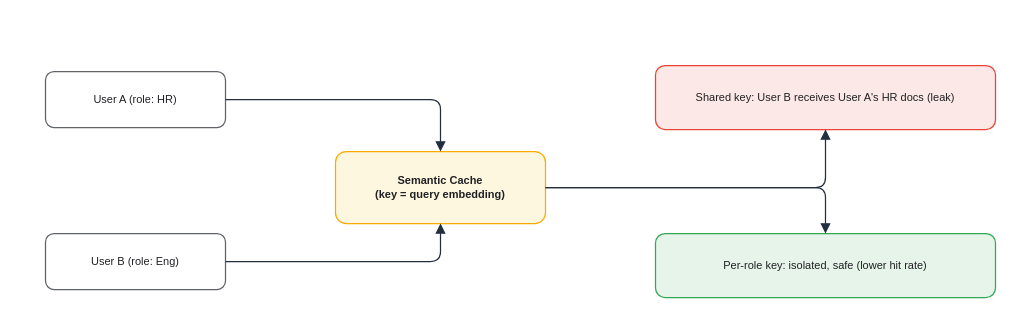
Above: assets/img/ai/rag-05-cache-conflict.drawio in KKamJi98/kkamji98.github.io (draw.io), before the change. Source tidied: cells renumbered, new cells numbered last; positions are measured from the earlier drawing's top-left corner, leaving out a move shared by most shapes. Both pictures are drawn from the tidied source at 100%, with x=0, y=0 at pixel (45, 65).
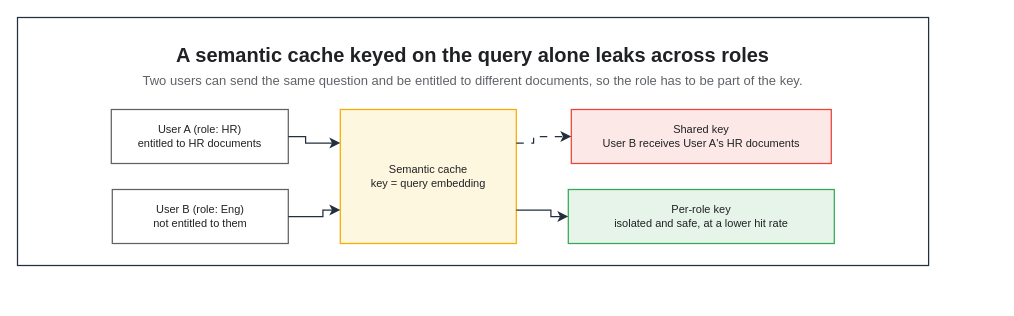
The same page after the edit.

Change to the diagram source:
```diff
@@
+    <mxCell id="11" style="rounded=0;html=0;fillColor=none;strokeColor=#232F3E;fontColor=#202124;strokeWidth=1.25;" parent="1" vertex="1">
+      <mxGeometry x="-28" y="-48" width="911.1" height="248" as="geometry" />
+    </mxCell>
+    <mxCell id="12" value="A semantic cache keyed on the query alone leaks across roles" style="text;html=0;whiteSpace=wrap;fillColor=none;strokeColor=none;fontColor=#202124;fontSize=20;fontStyle=1;align=center;verticalAlign=middle;" parent="1" vertex="1">
+      <mxGeometry x="-6" y="-26" width="867.1" height="30" as="geometry" />
+    </mxCell>
+    <mxCell id="13" value="Two users can send the same question and be entitled to different documents, so the role has to be part of the key." style="text;html=0;whiteSpace=wrap;fillColor=none;strokeColor=none;fontColor=#5F6368;fontSize=13;fontStyle=0;align=center;verticalAlign=middle;" parent="1" vertex="1">
+      <mxGeometry x="-6" y="4" width="867.1" height="22" as="geometry" />
+    </mxCell>
-    <mxCell id="2" value="User A (role: HR)" style="rounded=1;whiteSpace=wrap;html=0;fillColor=#FFFFFF;strokeColor=#5F6368;shadow=0;fontSize=11;fontColor=#202124;strokeWidth=1.25;" parent="1" vertex="1">
-      <mxGeometry y="6" width="180" height="56" as="geometry" />
+    <mxCell id="2" value="User A (role: HR)&#10;entitled to HR documents" style="rounded=0;whiteSpace=wrap;html=0;fillColor=#FFFFFF;strokeColor=#5F6368;fontColor=#202124;fontSize=11;fontStyle=0;align=center;verticalAlign=middle;spacingLeft=6;spacingRight=6;strokeWidth=1.25;" parent="1" vertex="1">
+      <mxGeometry x="65.8" y="44" width="177" height="54" as="geometry" />
     </mxCell>
-    <mxCell id="3" value="User B (role: Eng)" style="rounded=1;whiteSpace=wrap;html=0;fillColor=#FFFFFF;strokeColor=#5F6368;shadow=0;fontSize=11;fontColor=#202124;strokeWidth=1.25;" parent="1" vertex="1">
-      <mxGeometry y="168" width="180" height="56" as="geometry" />
+    <mxCell id="3" value="User B (role: Eng)&#10;not entitled to them" style="rounded=0;whiteSpace=wrap;html=0;fillColor=#FFFFFF;strokeColor=#5F6368;fontColor=#202124;fontSize=11;fontStyle=0;align=center;verticalAlign=middle;spacingLeft=6;spacingRight=6;strokeWidth=1.25;" parent="1" vertex="1">
+      <mxGeometry x="66.8" y="124" width="176" height="54" as="geometry" />
     </mxCell>
-    <mxCell id="4" value="Semantic Cache&#10;(key = query embedding)" style="rounded=1;whiteSpace=wrap;html=0;fillColor=#FEF7E0;strokeColor=#F9AB00;shadow=0;fontSize=11;fontColor=#202124;fontStyle=1;strokeWidth=1.25;" parent="1" vertex="1">
-      <mxGeometry x="290" y="86" width="210" height="72" as="geometry" />
+    <mxCell id="4" value="Semantic cache&#10;key = query embedding" style="rounded=0;whiteSpace=wrap;html=0;fillColor=#FEF7E0;strokeColor=#F9AB00;fontColor=#202124;fontSize=11;fontStyle=0;align=center;verticalAlign=middle;spacingLeft=6;spacingRight=6;strokeWidth=1.25;" parent="1" vertex="1">
+      <mxGeometry x="294.8" y="44" width="176" height="134" as="geometry" />
     </mxCell>
-    <mxCell id="5" value="Shared key: User B receives User A's HR docs (leak)" style="rounded=1;whiteSpace=wrap;html=0;fillColor=#FCE8E6;strokeColor=#EA4335;shadow=0;fontSize=11;fontColor=#202124;strokeWidth=1.25;" parent="1" vertex="1">
-      <mxGeometry x="610" width="340" height="64" as="geometry" />
+    <mxCell id="5" value="Shared key&#10;User B receives User A's HR documents" style="rounded=0;whiteSpace=wrap;html=0;fillColor=#FCE8E6;strokeColor=#EA4335;fontColor=#202124;fontSize=11;fontStyle=0;align=center;verticalAlign=middle;spacingLeft=6;spacingRight=6;strokeWidth=1.25;" parent="1" vertex="1">
+      <mxGeometry x="525.8" y="44" width="260" height="54" as="geometry" />
     </mxCell>
-    <mxCell id="6" value="Per-role key: isolated, safe (lower hit rate)" style="rounded=1;whiteSpace=wrap;html=0;fillColor=#E6F4EA;strokeColor=#34A853;shadow=0;fontSize=11;fontColor=#202124;strokeWidth=1.25;" parent="1" vertex="1">
-      <mxGeometry x="610" y="168" width="340" height="64" as="geometry" />
+    <mxCell id="6" value="Per-role key&#10;isolated and safe, at a lower hit rate" style="rounded=0;whiteSpace=wrap;html=0;fillColor=#E6F4EA;strokeColor=#34A853;fontColor=#202124;fontSize=11;fontStyle=0;align=center;verticalAlign=middle;spacingLeft=6;spacingRight=6;strokeWidth=1.25;" parent="1" vertex="1">
+      <mxGeometry x="522.8" y="124" width="266" height="54" as="geometry" />
     </mxCell>
-    <mxCell id="7" style="edgeStyle=orthogonalEdgeStyle;rounded=1;html=0;endArrow=block;strokeColor=#232F3E;fontColor=#202124;fontSize=11;labelBackgroundColor=none;strokeWidth=1.25;endSize=7;" parent="1" edge="1" source="2" target="4">
-      <mxGeometry relative="1" as="geometry" />
+    <mxCell id="7" style="edgeStyle=orthogonalEdgeStyle;rounded=0;html=0;strokeColor=#232F3E;strokeWidth=1.25;endArrow=classic;endFill=1;endSize=7;fontSize=11;fontColor=#202124;labelBackgroundColor=none;jettySize=14;exitX=1;exitY=0.5;entryX=0;entryY=0.25;exitDx=0;exitDy=0;entryDx=0;entryDy=0;" parent="1" edge="1" source="2" target="4">
+      <mxGeometry relative="1" as="geometry">
+        <Array as="points">
+          <mxPoint x="260.1" y="71" />
+          <mxPoint x="260.1" y="77.5" />
+        </Array>
+      </mxGeometry>
     </mxCell>
-    <mxCell id="8" style="edgeStyle=orthogonalEdgeStyle;rounded=1;html=0;endArrow=block;strokeColor=#232F3E;fontColor=#202124;fontSize=11;labelBackgroundColor=none;strokeWidth=1.25;endSize=7;" parent="1" edge="1" source="3" target="4">
-      <mxGeometry relative="1" as="geometry" />
+    <mxCell id="8" style="edgeStyle=orthogonalEdgeStyle;rounded=0;html=0;strokeColor=#232F3E;strokeWidth=1.25;endArrow=classic;endFill=1;endSize=7;fontSize=11;fontColor=#202124;labelBackgroundColor=none;jettySize=14;exitX=1;exitY=0.5;entryX=0;entryY=0.75;exitDx=0;exitDy=0;entryDx=0;entryDy=0;" parent="1" edge="1" source="3" target="4">
+      <mxGeometry relative="1" as="geometry">
+        <Array as="points">
+          <mxPoint x="277.4" y="151" />
+          <mxPoint x="277.4" y="144.5" />
+        </Array>
+      </mxGeometry>
     </mxCell>
-    <mxCell id="9" style="edgeStyle=orthogonalEdgeStyle;rounded=1;html=0;endArrow=block;strokeColor=#232F3E;fontColor=#202124;strokeWidth=1.25;endSize=7;" parent="1" edge="1" source="4" target="5">
-      <mxGeometry relative="1" as="geometry" />
+    <mxCell id="9" style="edgeStyle=orthogonalEdgeStyle;rounded=0;html=0;strokeColor=#232F3E;strokeWidth=1.25;endArrow=classic;endFill=1;endSize=7;fontSize=11;fontColor=#202124;labelBackgroundColor=none;jettySize=14;dashed=1;dashPattern=6 6;exitX=1;exitY=0.25;entryX=0;entryY=0.5;exitDx=0;exitDy=0;entryDx=0;entryDy=0;" parent="1" edge="1" source="4" target="5">
+      <mxGeometry relative="1" as="geometry">
+        <Array as="points">
+          <mxPoint x="488.1" y="77.5" />
+          <mxPoint x="488.1" y="71" />
+        </Array>
+      </mxGeometry>
     </mxCell>
-    <mxCell id="10" style="edgeStyle=orthogonalEdgeStyle;rounded=1;html=0;endArrow=block;strokeColor=#232F3E;fontColor=#202124;strokeWidth=1.25;endSize=7;" parent="1" edge="1" source="4" target="6">
-      <mxGeometry relative="1" as="geometry" />
+    <mxCell id="10" style="edgeStyle=orthogonalEdgeStyle;rounded=0;html=0;strokeColor=#232F3E;strokeWidth=1.25;endArrow=classic;endFill=1;endSize=7;fontSize=11;fontColor=#202124;labelBackgroundColor=none;jettySize=14;exitX=1;exitY=0.75;entryX=0;entryY=0.5;exitDx=0;exitDy=0;entryDx=0;entryDy=0;" parent="1" edge="1" source="4" target="6">
+      <mxGeometry relative="1" as="geometry">
+        <Array as="points">
+          <mxPoint x="505.4" y="144.5" />
+          <mxPoint x="505.4" y="151" />
+        </Array>
+      </mxGeometry>
     </mxCell>
```
